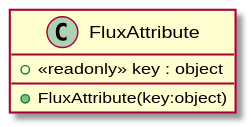
Above: UML~/FluxAttribute.svg in xavierarpa/UniFlux (PlantUML), before the change.
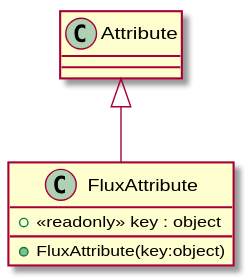
The same file after the commit.

Commit message:
Generate UML (Generate UML)

What changed in the source:
```diff
@@ -3,4 +3,5 @@
     + <<readonly>> key : object
     + FluxAttribute(key:object)
 }
+Attribute <|-- FluxAttribute
 @enduml
```
